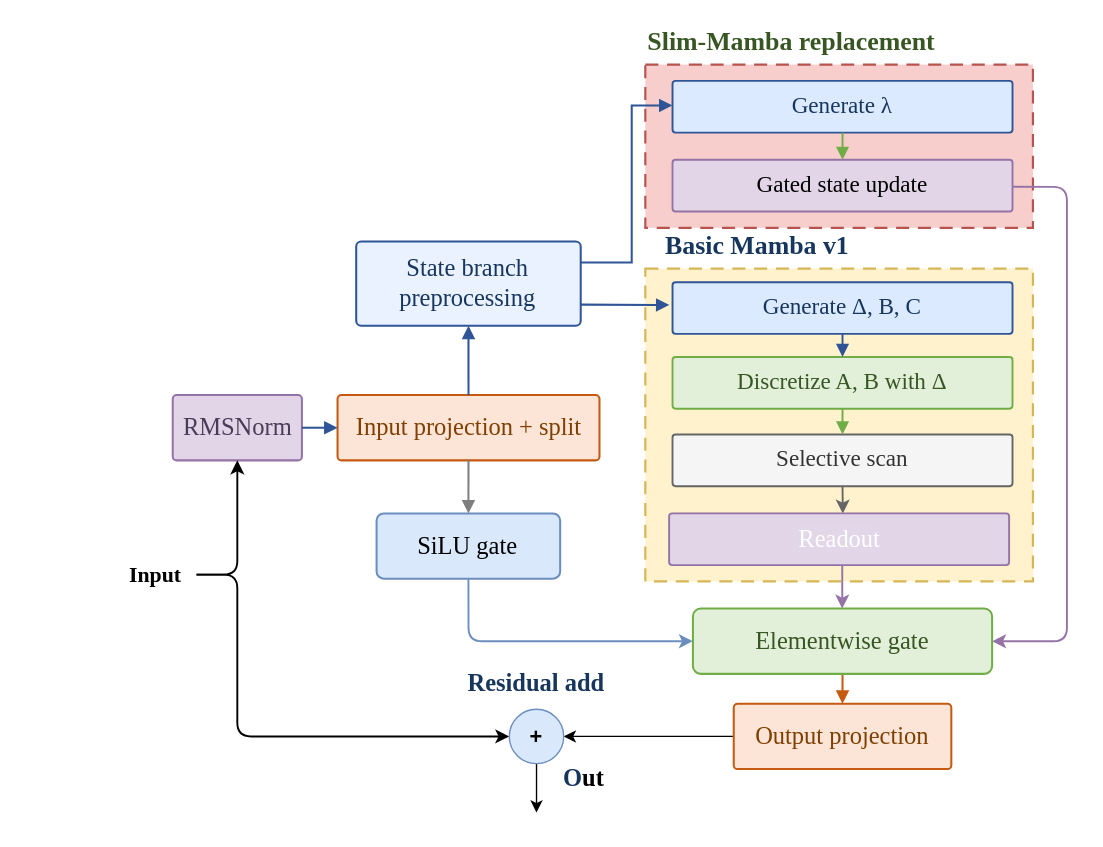
Elison-debug/Cmamba_reconstruct keeps this draw.io diagram as docx/presentation/thesis/drawio/mamba_v1_slim_replacement.drawio. Above is the earlier version. Source tidied: cells renumbered, new cells numbered last; positions are measured from the earlier drawing's top-left corner, leaving out a move shared by most shapes. Both pictures are drawn from the tidied source at 136%, with x=0, y=0 at pixel (114, 23).
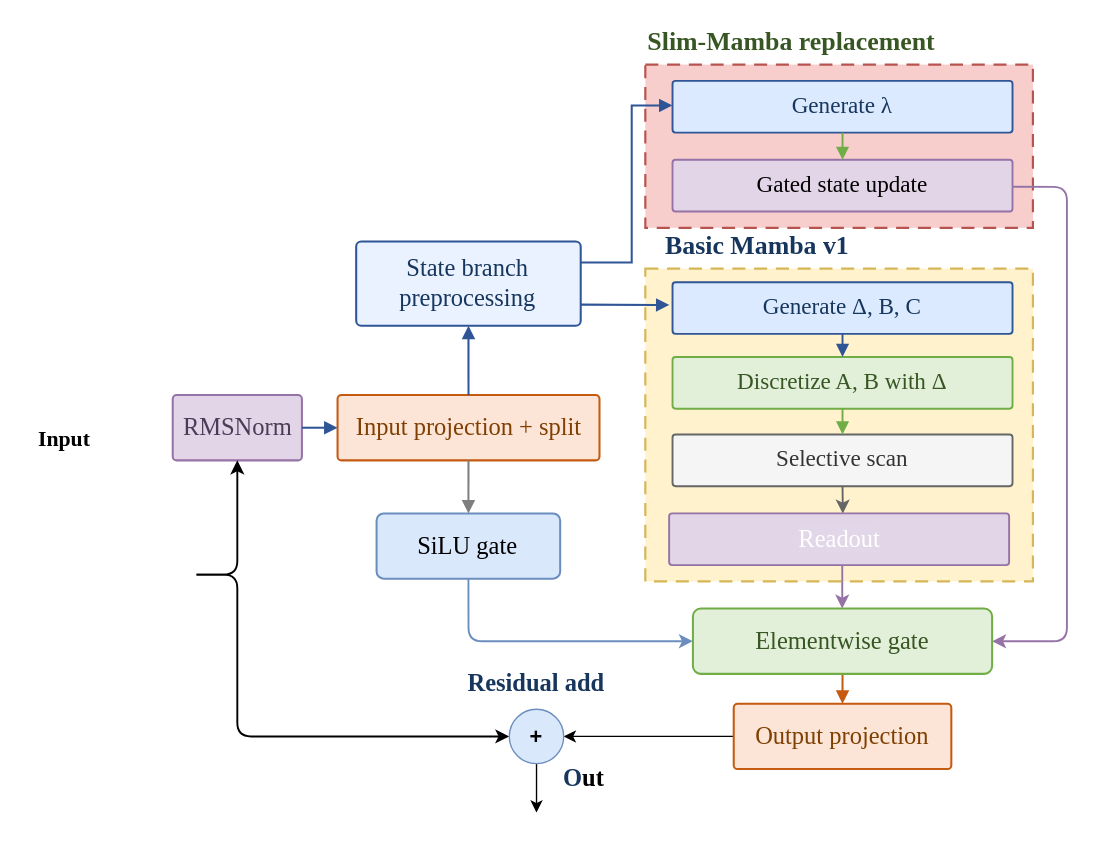
Above is the later version.

The change refers to these unchanged cells:
```xml
<mxCell id="6" value="RMSNorm" style="rounded=1;whiteSpace=wrap;html=1;arcSize=6;strokeColor=#9673A6;fillColor=#E1D5E7;fontFamily=Times New Roman;fontSize=18;fontColor=#4A3B57;strokeWidth=1.5;" parent="1" vertex="1">
  <mxGeometry x="42.5" y="273" width="95" height="48" as="geometry" />
</mxCell>
<mxCell id="33" value="&lt;b&gt;&lt;font style=&quot;font-size: 16px;&quot;&gt;+&lt;/font&gt;&lt;/b&gt;" style="ellipse;whiteSpace=wrap;html=1;fillColor=#dae8fc;strokeColor=#6c8ebf;" parent="1" vertex="1">
  <mxGeometry x="290" y="504" width="40" height="40" as="geometry" />
</mxCell>
```

The edit, as a diff of the source:
```diff
@@
-    <mxCell id="29" style="edgeStyle=none;html=1;entryX=0;entryY=0.5;entryDx=0;entryDy=0;strokeWidth=1.4;" parent="1" edge="1" source="31" target="33">
+    <mxCell id="29" style="edgeStyle=none;html=1;entryX=0;entryY=0.5;entryDx=0;entryDy=0;strokeWidth=1.4;" parent="1" edge="1" target="33">
       <mxGeometry relative="1" as="geometry">
+        <mxPoint x="60" y="405" as="sourcePoint" />
         <Array as="points">
           <mxPoint x="90" y="405" />
           <mxPoint x="90" y="524" />
         </Array>
       </mxGeometry>
     </mxCell>
-    <mxCell id="30" style="edgeStyle=none;html=1;entryX=0.5;entryY=1;entryDx=0;entryDy=0;strokeWidth=1.4;" parent="1" edge="1" source="31" target="6">
+    <mxCell id="30" style="edgeStyle=none;html=1;entryX=0.5;entryY=1;entryDx=0;entryDy=0;strokeWidth=1.4;" parent="1" edge="1" target="6">
       <mxGeometry relative="1" as="geometry">
+        <mxPoint x="60" y="405" as="sourcePoint" />
         <Array as="points">
           <mxPoint x="90" y="405" />
         </Array>
       </mxGeometry>
     </mxCell>
     <mxCell id="31" value="&lt;font style=&quot;font-size: 16px;&quot; face=&quot;Times New Roman&quot;&gt;&lt;b&gt;Input&lt;/b&gt;&lt;/font&gt;" style="text;html=1;whiteSpace=wrap;strokeColor=none;fillColor=none;align=center;verticalAlign=middle;rounded=0;" parent="1" vertex="1">
-      <mxGeometry y="390" width="60" height="30" as="geometry" />
+      <mxGeometry x="-67.5" y="290" width="60" height="30" as="geometry" />
     </mxCell>
```
